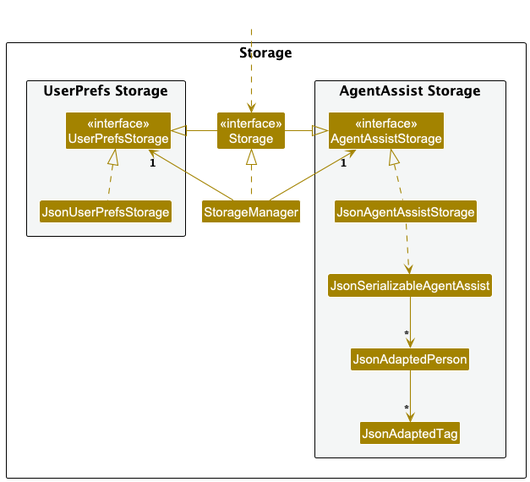
The PlantUML diagram docs/images/StorageClassDiagram.png in nus-cs2103-AY2425S1/tp, before a commit. Its source is kept beside it as docs/diagrams/StorageClassDiagram.puml.
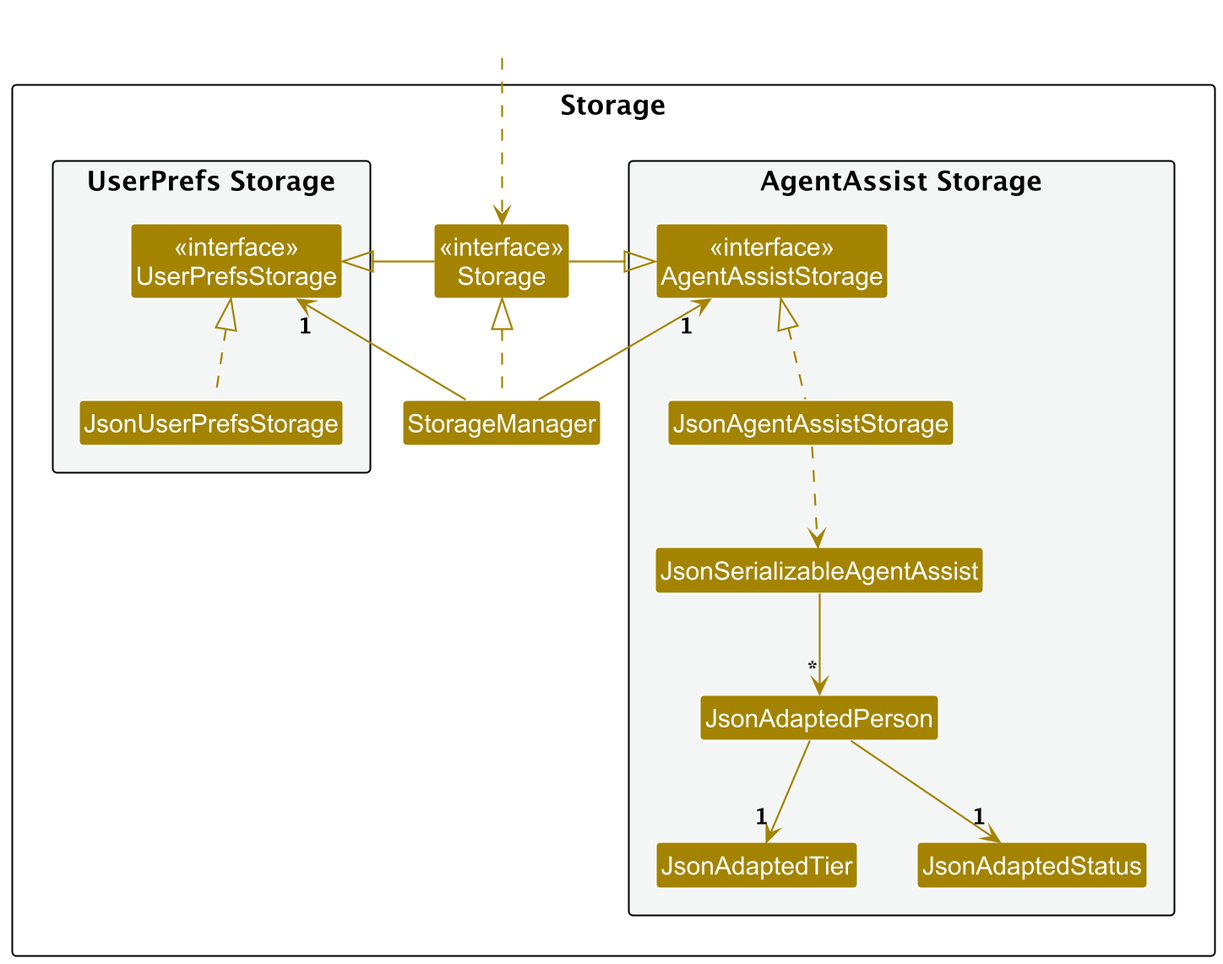
The same file after the commit.

The edit, as a diff of the source:
```diff
@@ -19,7 +19,8 @@
 Class JsonAgentAssistStorage
 Class JsonSerializableAgentAssist
 Class JsonAdaptedPerson
-Class JsonAdaptedTag
+Class JsonAdaptedTier
+Class JsonAdaptedStatus
 }
 
 }
@@ -38,6 +39,7 @@
 JsonAgentAssistStorage .up.|> AgentAssistStorage
 JsonAgentAssistStorage ..> JsonSerializableAgentAssist
 JsonSerializableAgentAssist --> "*" JsonAdaptedPerson
-JsonAdaptedPerson --> "*" JsonAdaptedTag
+JsonAdaptedPerson --> "1" JsonAdaptedTier
+JsonAdaptedPerson --> "1" JsonAdaptedStatus
 
 @enduml
```
